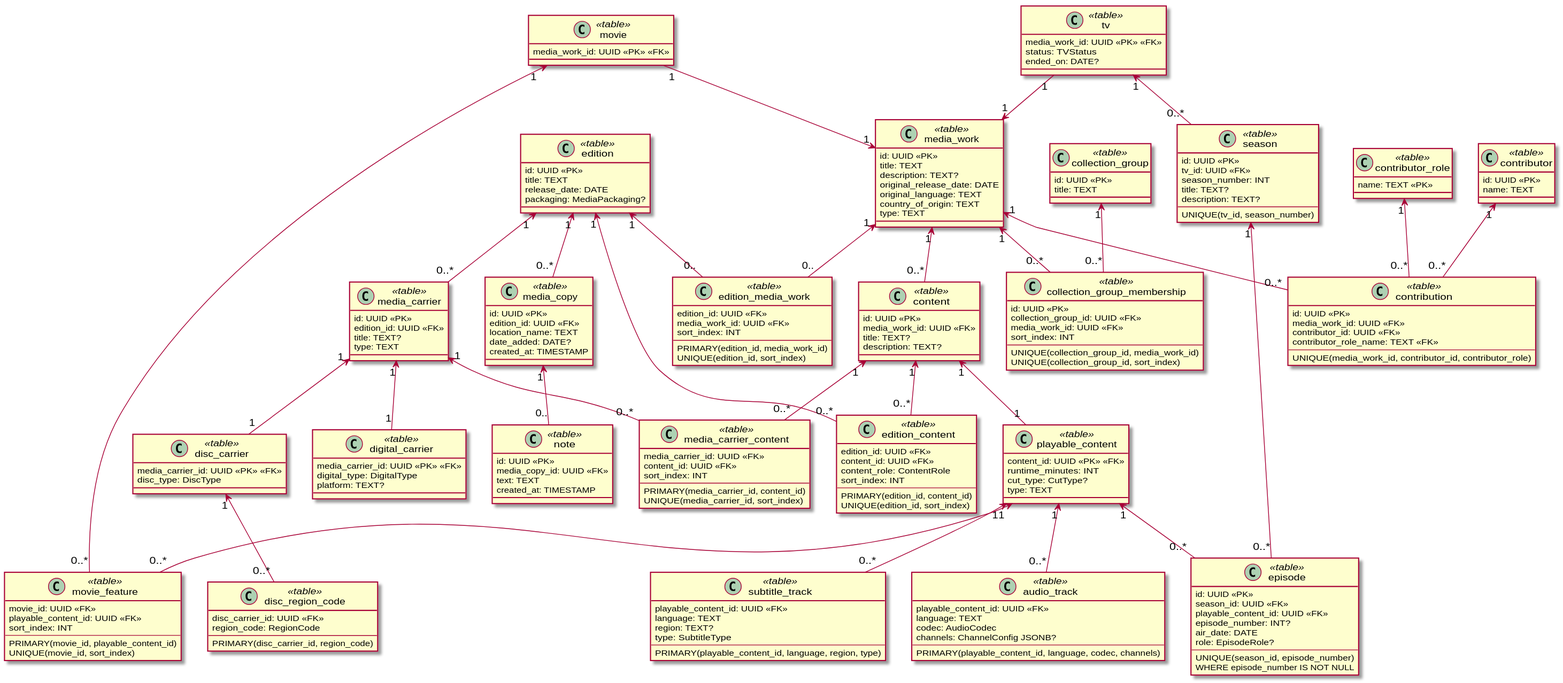
The PlantUML diagram docs/diagrams/data/main.data.svg in yantue/colleq, before a commit.
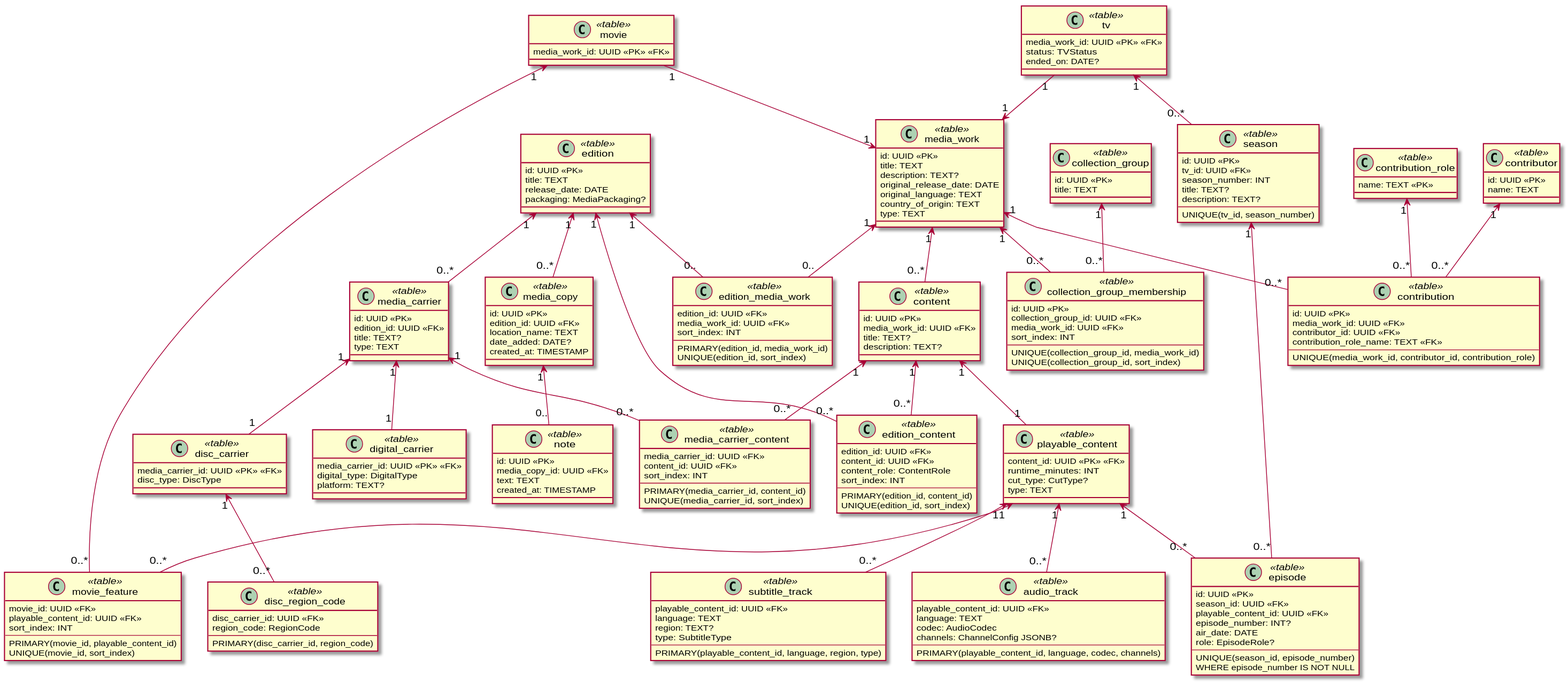
After the commit.

Change to the diagram source:
```diff
@@ -147,18 +147,18 @@
     id: UUID <<PK>>
     media_work_id: UUID <<FK>>
     contributor_id: UUID <<FK>>
-    contributor_role_name: TEXT <<FK>>
+    contribution_role_name: TEXT <<FK>>
     --
-    UNIQUE(media_work_id, contributor_id, contributor_role)
+    UNIQUE(media_work_id, contributor_id, contribution_role)
 }
 
 media_work "1" <-- "0..*" contribution
 
-class contributor_role <<table>> {
+class contribution_role <<table>> {
     name: TEXT <<PK>>
 }
 
-contributor_role "1" <-- "0..*" contribution
+contribution_role "1" <-- "0..*" contribution
 
 class content <<table>> {
     id: UUID <<PK>>
```
